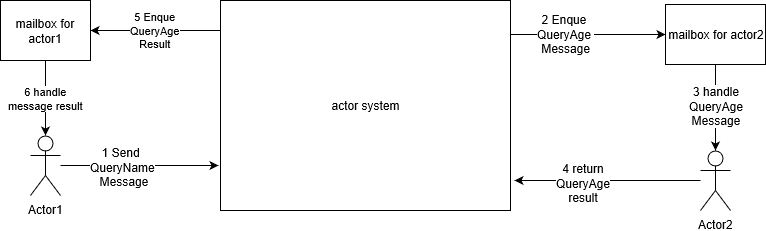
Earlier version of the draw.io export content/ETGame/actorliuchengtu.png (polariseye/article). Source tidied: cells renumbered, new cells last; positions are measured from the earlier drawing's top-left corner, leaving out a move shared by most shapes.
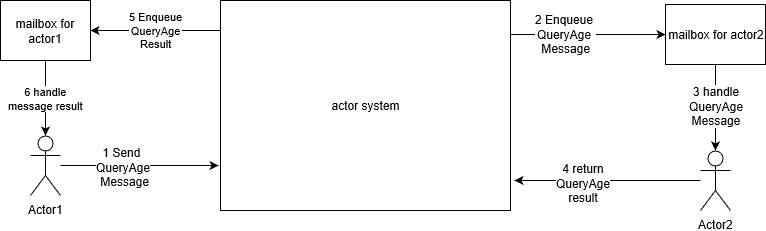
After the change.

The edit, as a diff of the source:
```diff
@@ -5,7 +5,7 @@
     <mxCell id="2" style="rounded=0;jettySize=auto;html=1;entryX=-0.008;entryY=0.788;entryDx=0;entryDy=0;entryPerimeter=0;" parent="1" edge="1" source="4" target="11">
       <mxGeometry relative="1" as="geometry" />
     </mxCell>
-    <mxCell id="3" value="1 Send&amp;nbsp;&lt;br&gt;QueryName&lt;br&gt;&amp;nbsp;Message&lt;br&gt;" style="text;html=1;align=center;verticalAlign=middle;labelBackgroundColor=#ffffff;" parent="2" vertex="1">
+    <mxCell id="3" value="1 Send&amp;nbsp;&lt;br&gt;QueryAge&lt;br&gt;&amp;nbsp;Message&lt;br&gt;" style="text;html=1;align=center;verticalAlign=middle;labelBackgroundColor=#ffffff;" parent="2" vertex="1">
       <mxGeometry x="-0.21" y="-1" relative="1" as="geometry" />
     </mxCell>
     <mxCell id="4" value="Actor1" style="shape=umlActor;verticalLabelPosition=bottom;labelBackgroundColor=#ffffff;verticalAlign=top;html=1;outlineConnect=0;" parent="1" vertex="1">
@@ -23,10 +23,10 @@
     <mxCell id="8" style="edgeStyle=none;rounded=0;jettySize=auto;html=1;entryX=0;entryY=0.5;entryDx=0;entryDy=0;exitX=1;exitY=0.162;exitDx=0;exitDy=0;exitPerimeter=0;" parent="1" edge="1" source="11" target="16">
       <mxGeometry relative="1" as="geometry" />
     </mxCell>
-    <mxCell id="9" value="2 Enque&amp;nbsp;&lt;br&gt;QueryAge&amp;nbsp;&lt;br&gt;Message&lt;br&gt;" style="text;html=1;align=center;verticalAlign=middle;labelBackgroundColor=#ffffff;" parent="8" vertex="1">
+    <mxCell id="9" value="2 Enqueue&amp;nbsp;&lt;br&gt;QueryAge&amp;nbsp;&lt;br&gt;Message&lt;br&gt;" style="text;html=1;align=center;verticalAlign=middle;labelBackgroundColor=#ffffff;" parent="8" vertex="1">
       <mxGeometry x="-0.29" y="1" relative="1" as="geometry" />
     </mxCell>
-    <mxCell id="10" value="5 Enque&lt;br&gt;QueryAge&lt;br&gt;Result" style="edgeStyle=none;rounded=0;jettySize=auto;html=1;entryX=1;entryY=0.5;entryDx=0;entryDy=0;exitX=0;exitY=0.143;exitDx=0;exitDy=0;exitPerimeter=0;" parent="1" edge="1" source="11" target="13">
+    <mxCell id="10" value="5 Enqueue&lt;br&gt;QueryAge&lt;br&gt;Result" style="edgeStyle=none;rounded=0;jettySize=auto;html=1;entryX=1;entryY=0.5;entryDx=0;entryDy=0;exitX=0;exitY=0.143;exitDx=0;exitDy=0;exitPerimeter=0;" parent="1" edge="1" source="11" target="13">
       <mxGeometry relative="1" as="geometry" />
     </mxCell>
     <mxCell id="11" value="actor system" style="rounded=0;whiteSpace=wrap;html=1;" parent="1" vertex="1">
```
